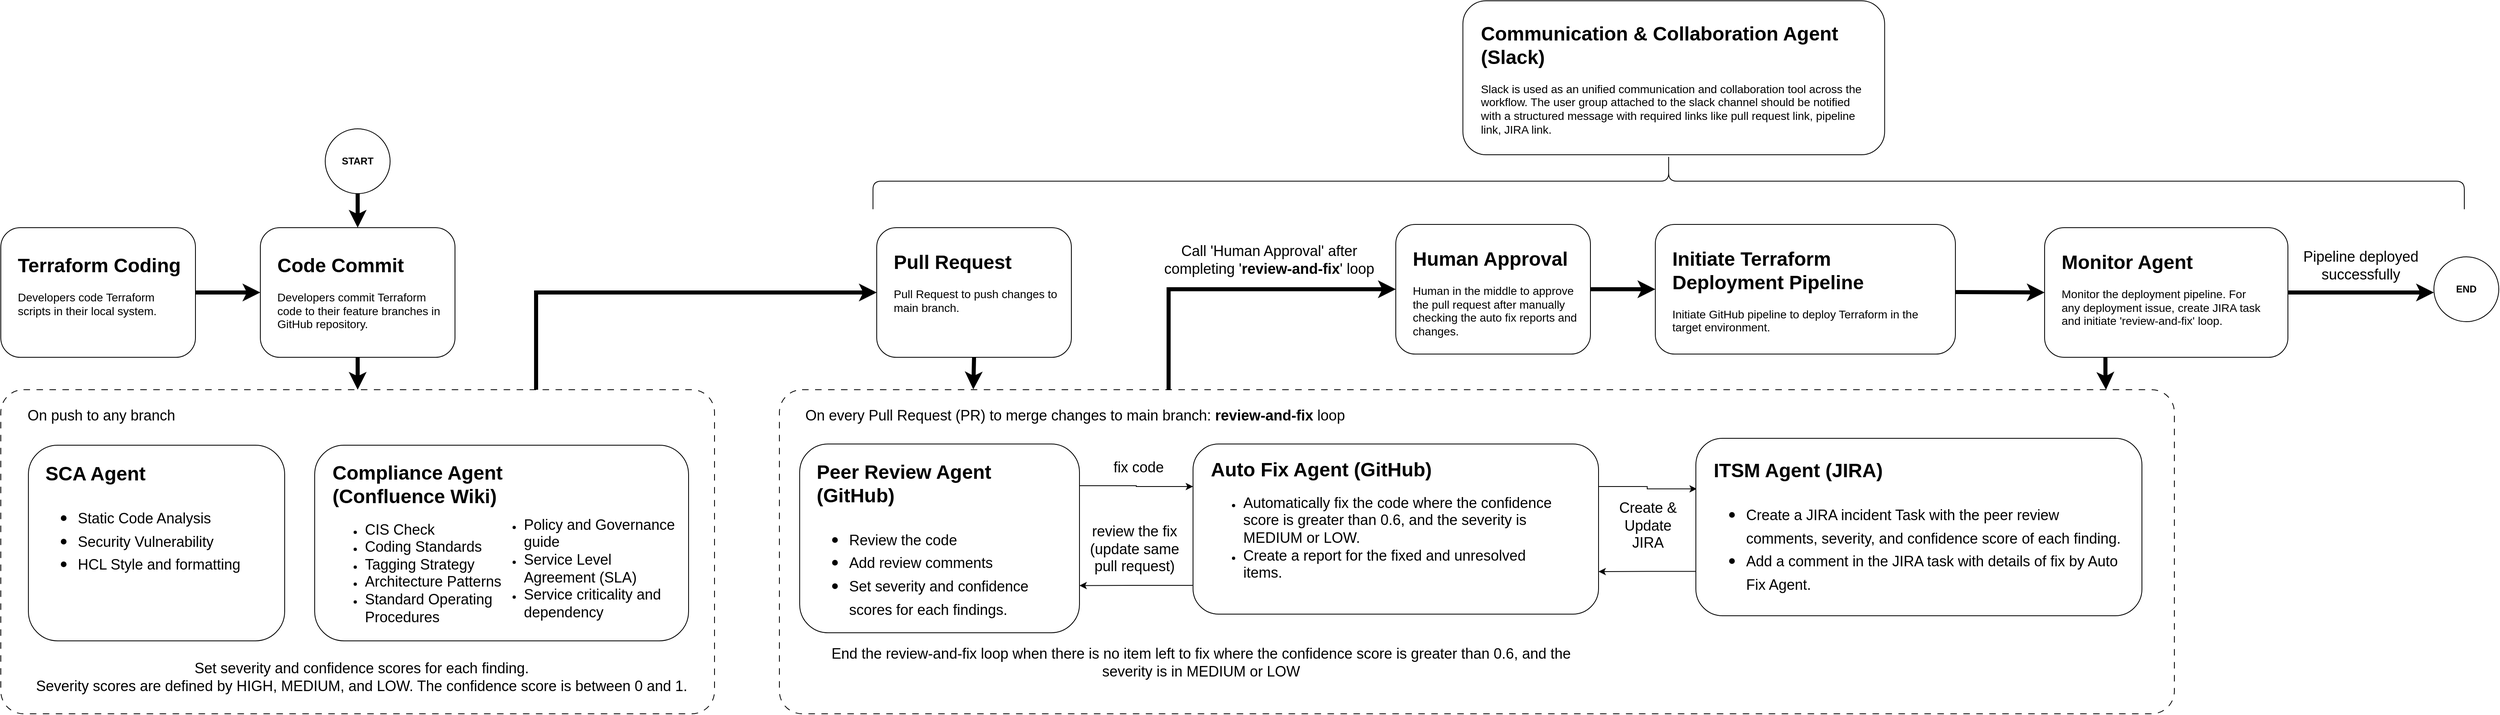
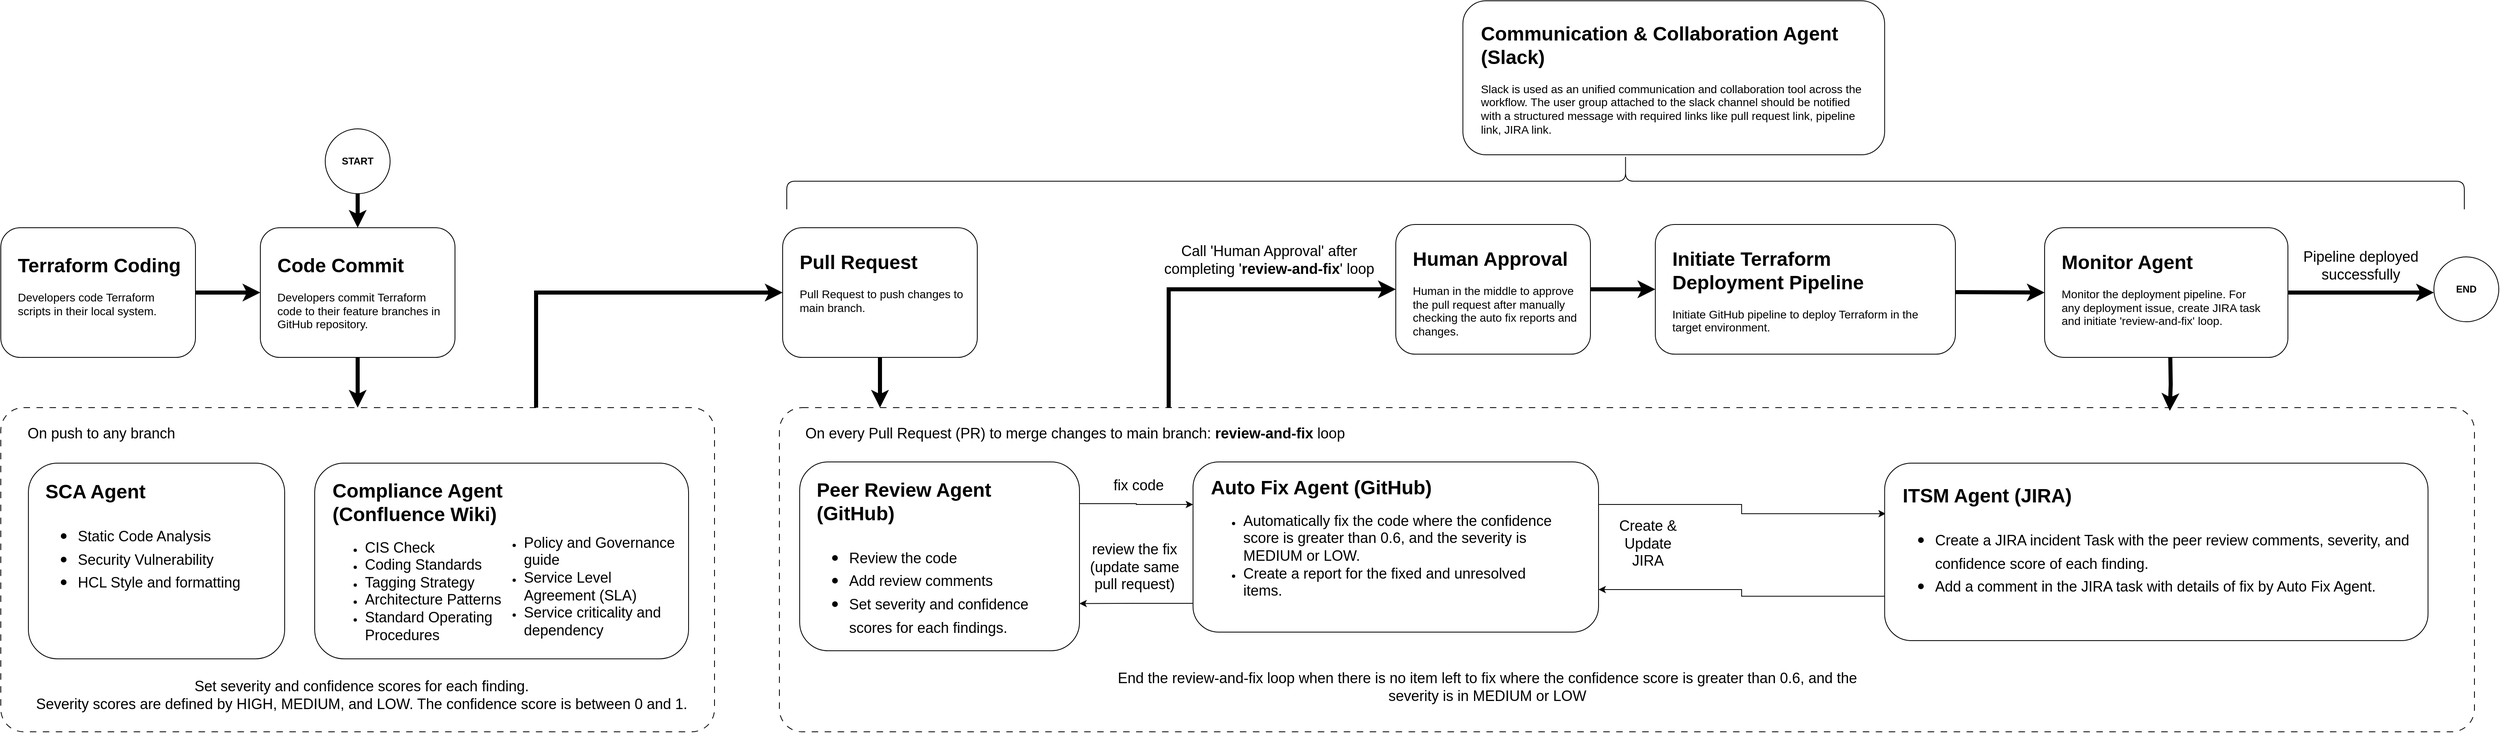
<mxfile host="app.diagrams.net">
  <diagram name="process-flow" id="llQ14HlxIDWXj9B5HY60">
    <mxGraphModel dx="2490" dy="2376" grid="1" gridSize="10" guides="1" tooltips="1" connect="1" arrows="1" fold="1" page="1" pageScale="1" pageWidth="850" pageHeight="1100" math="0" shadow="0">
      <root>
        <mxCell id="0" />
        <mxCell id="1" parent="0" />
        <mxCell id="IWc9zJM8tDhvkjJ2dRjy-13" edge="1" parent="1" source="IWc9zJM8tDhvkjJ2dRjy-5" style="edgeStyle=orthogonalEdgeStyle;rounded=0;orthogonalLoop=1;jettySize=auto;html=1;entryX=0;entryY=0.5;entryDx=0;entryDy=0;exitX=0.75;exitY=0;exitDx=0;exitDy=0;strokeWidth=5;" target="IWc9zJM8tDhvkjJ2dRjy-1">
          <mxGeometry relative="1" as="geometry" />
        </mxCell>
        <mxCell id="oJW8UGhNAXkty13G2p3x-1" parent="1" style="rounded=1;whiteSpace=wrap;html=1;" value="" vertex="1">
          <mxGeometry height="160" width="240" x="440" y="200" as="geometry" />
        </mxCell>
        <mxCell id="oJW8UGhNAXkty13G2p3x-3" parent="1" style="text;html=1;whiteSpace=wrap;overflow=hidden;rounded=0;" value="&lt;h1 style=&quot;margin-top: 0px;&quot;&gt;Code Commit&lt;/h1&gt;&lt;p&gt;&lt;font style=&quot;font-size: 14px;&quot;&gt;Developers commit Terraform code to their feature branches in GitHub repository.&lt;/font&gt;&lt;/p&gt;" vertex="1">
          <mxGeometry height="100" width="210" x="459" y="226" as="geometry" />
        </mxCell>
        <mxCell id="IWc9zJM8tDhvkjJ2dRjy-35" edge="1" parent="1" source="IWc9zJM8tDhvkjJ2dRjy-14" style="edgeStyle=orthogonalEdgeStyle;rounded=0;orthogonalLoop=1;jettySize=auto;html=1;entryX=0;entryY=0.5;entryDx=0;entryDy=0;exitX=0.279;exitY=0.025;exitDx=0;exitDy=0;exitPerimeter=0;strokeWidth=5;" target="IWc9zJM8tDhvkjJ2dRjy-33">
          <mxGeometry relative="1" as="geometry">
            <Array as="points">
              <mxPoint x="1560" y="276" />
            </Array>
          </mxGeometry>
        </mxCell>
        <mxCell id="IWc9zJM8tDhvkjJ2dRjy-1" parent="1" style="rounded=1;whiteSpace=wrap;html=1;" value="" vertex="1">
-           <mxGeometry height="160" width="240" x="1200" y="200" as="geometry" />
+           <mxGeometry height="160" width="240" x="1084" y="200" as="geometry" />
        </mxCell>
        <mxCell id="IWc9zJM8tDhvkjJ2dRjy-2" parent="1" style="text;html=1;whiteSpace=wrap;overflow=hidden;rounded=0;" value="&lt;h1 style=&quot;margin-top: 0px;&quot;&gt;Pull Request&lt;/h1&gt;&lt;p&gt;&lt;font style=&quot;font-size: 14px;&quot;&gt;Pull Request to push changes to main branch.&lt;/font&gt;&lt;/p&gt;" vertex="1">
-           <mxGeometry height="100" width="210" x="1219" y="222" as="geometry" />
+           <mxGeometry height="100" width="210" x="1103" y="222" as="geometry" />
        </mxCell>
        <mxCell id="IWc9zJM8tDhvkjJ2dRjy-12" edge="1" parent="1" source="IWc9zJM8tDhvkjJ2dRjy-3" style="edgeStyle=orthogonalEdgeStyle;rounded=0;orthogonalLoop=1;jettySize=auto;html=1;exitX=1;exitY=0.5;exitDx=0;exitDy=0;entryX=0;entryY=0.5;entryDx=0;entryDy=0;strokeWidth=5;" target="oJW8UGhNAXkty13G2p3x-1">
          <mxGeometry relative="1" as="geometry" />
        </mxCell>
        <mxCell id="IWc9zJM8tDhvkjJ2dRjy-3" parent="1" style="rounded=1;whiteSpace=wrap;html=1;" value="" vertex="1">
          <mxGeometry height="160" width="240" x="120" y="200" as="geometry" />
        </mxCell>
        <mxCell id="IWc9zJM8tDhvkjJ2dRjy-4" parent="1" style="text;html=1;whiteSpace=wrap;overflow=hidden;rounded=0;" value="&lt;h1 style=&quot;margin-top: 0px;&quot;&gt;Terraform Coding&lt;/h1&gt;&lt;p&gt;&lt;font style=&quot;font-size: 14px;&quot;&gt;Developers code Terraform scripts in their local system.&lt;/font&gt;&lt;/p&gt;" vertex="1">
          <mxGeometry height="100" width="210" x="139" y="226" as="geometry" />
        </mxCell>
        <mxCell id="IWc9zJM8tDhvkjJ2dRjy-5" parent="1" style="rounded=1;whiteSpace=wrap;html=1;arcSize=7;dashed=1;dashPattern=8 8;" value="" vertex="1">
-           <mxGeometry height="400" width="880" x="120" y="400" as="geometry" />
+           <mxGeometry height="400" width="880" x="120" y="422" as="geometry" />
        </mxCell>
        <mxCell id="IWc9zJM8tDhvkjJ2dRjy-6" parent="1" style="text;html=1;whiteSpace=wrap;strokeColor=none;fillColor=none;align=center;verticalAlign=middle;rounded=0;" value="&lt;font style=&quot;font-size: 18px;&quot;&gt;On push to any branch&lt;/font&gt;" vertex="1">
-           <mxGeometry height="30" width="210" x="139" y="416.5" as="geometry" />
+           <mxGeometry height="30" width="210" x="139" y="438.5" as="geometry" />
        </mxCell>
        <mxCell id="IWc9zJM8tDhvkjJ2dRjy-7" parent="1" style="rounded=1;whiteSpace=wrap;html=1;" value="" vertex="1">
-           <mxGeometry height="241.5" width="316" x="154" y="468.5" as="geometry" />
+           <mxGeometry height="241.5" width="316" x="154" y="490.5" as="geometry" />
        </mxCell>
        <mxCell id="IWc9zJM8tDhvkjJ2dRjy-8" parent="1" style="text;html=1;whiteSpace=wrap;overflow=hidden;rounded=0;" value="&lt;h1 style=&quot;margin-top: 0px;&quot;&gt;SCA Agent&lt;/h1&gt;&lt;h1 style=&quot;margin-top: 0px;&quot;&gt;&lt;p style=&quot;font-size: 12px; font-weight: 400;&quot;&gt;&lt;/p&gt;&lt;ul&gt;&lt;li&gt;&lt;span style=&quot;font-size: 18px; font-weight: normal;&quot;&gt;Static Code Analysis&lt;/span&gt;&lt;/li&gt;&lt;li&gt;&lt;span style=&quot;font-size: 18px; font-weight: normal;&quot;&gt;Security Vulnerability&lt;/span&gt;&lt;/li&gt;&lt;li&gt;&lt;span style=&quot;font-size: 18px; font-weight: normal;&quot;&gt;HCL Style and formatting&lt;/span&gt;&lt;/li&gt;&lt;/ul&gt;&lt;p&gt;&lt;/p&gt;&lt;/h1&gt;" vertex="1">
-           <mxGeometry height="183" width="306" x="173" y="482.5" as="geometry" />
+           <mxGeometry height="183" width="306" x="173" y="504.5" as="geometry" />
        </mxCell>
        <mxCell id="IWc9zJM8tDhvkjJ2dRjy-9" parent="1" style="rounded=1;whiteSpace=wrap;html=1;" value="" vertex="1">
-           <mxGeometry height="241.5" width="461" x="507" y="468.5" as="geometry" />
+           <mxGeometry height="241.5" width="461" x="507" y="490.5" as="geometry" />
        </mxCell>
        <mxCell id="IWc9zJM8tDhvkjJ2dRjy-10" parent="1" style="text;html=1;whiteSpace=wrap;overflow=hidden;rounded=0;" value="&lt;h1 style=&quot;margin-top: 0px;&quot;&gt;Compliance Agent (Confluence Wiki)&lt;/h1&gt;&lt;p&gt;&lt;/p&gt;&lt;ul&gt;&lt;li&gt;&lt;span style=&quot;font-size: 18px;&quot;&gt;CIS Check&lt;/span&gt;&lt;/li&gt;&lt;li&gt;&lt;span style=&quot;font-size: 18px;&quot;&gt;Coding Standards&lt;/span&gt;&lt;/li&gt;&lt;li&gt;&lt;span style=&quot;font-size: 18px;&quot;&gt;Tagging Strategy&lt;/span&gt;&lt;/li&gt;&lt;li&gt;&lt;span style=&quot;font-size: 18px;&quot;&gt;Architecture Patterns&lt;/span&gt;&lt;/li&gt;&lt;li&gt;&lt;span style=&quot;font-size: 18px;&quot;&gt;Standard Operating Procedures&lt;/span&gt;&lt;/li&gt;&lt;/ul&gt;&lt;p&gt;&lt;/p&gt;" vertex="1">
-           <mxGeometry height="218.5" width="261" x="527" y="481.5" as="geometry" />
+           <mxGeometry height="218.5" width="261" x="527" y="503.5" as="geometry" />
        </mxCell>
        <mxCell id="IWc9zJM8tDhvkjJ2dRjy-11" edge="1" parent="1" source="oJW8UGhNAXkty13G2p3x-1" style="edgeStyle=orthogonalEdgeStyle;rounded=0;orthogonalLoop=1;jettySize=auto;html=1;exitX=0.5;exitY=1;exitDx=0;exitDy=0;entryX=0.5;entryY=0;entryDx=0;entryDy=0;strokeWidth=5;" target="IWc9zJM8tDhvkjJ2dRjy-5">
          <mxGeometry relative="1" as="geometry" />
        </mxCell>
        <mxCell id="IWc9zJM8tDhvkjJ2dRjy-14" parent="1" style="rounded=1;whiteSpace=wrap;html=1;arcSize=7;dashed=1;dashPattern=8 8;" value="" vertex="1">
-           <mxGeometry height="400" width="1720" x="1080" y="400" as="geometry" />
+           <mxGeometry height="400" width="2090" x="1080" y="422" as="geometry" />
        </mxCell>
        <mxCell id="IWc9zJM8tDhvkjJ2dRjy-15" parent="1" style="text;html=1;whiteSpace=wrap;strokeColor=none;fillColor=none;align=left;verticalAlign=middle;rounded=0;" value="&lt;font style=&quot;font-size: 18px;&quot;&gt;On every Pull Request (PR) to merge changes to main branch: &lt;b&gt;review-and-fix &lt;/b&gt;loop&lt;/font&gt;" vertex="1">
-           <mxGeometry height="30" width="740" x="1110" y="416.5" as="geometry" />
+           <mxGeometry height="30" width="740" x="1110" y="438.5" as="geometry" />
        </mxCell>
        <mxCell id="IWc9zJM8tDhvkjJ2dRjy-22" edge="1" parent="1" source="IWc9zJM8tDhvkjJ2dRjy-16" style="edgeStyle=orthogonalEdgeStyle;rounded=0;orthogonalLoop=1;jettySize=auto;html=1;exitX=1;exitY=0.221;exitDx=0;exitDy=0;entryX=0;entryY=0.25;entryDx=0;entryDy=0;exitPerimeter=0;" target="IWc9zJM8tDhvkjJ2dRjy-18">
          <mxGeometry relative="1" as="geometry" />
        </mxCell>
        <mxCell id="IWc9zJM8tDhvkjJ2dRjy-16" parent="1" style="rounded=1;whiteSpace=wrap;html=1;" value="" vertex="1">
-           <mxGeometry height="233" width="345" x="1105" y="467" as="geometry" />
+           <mxGeometry height="233" width="345" x="1105" y="489" as="geometry" />
        </mxCell>
        <mxCell id="IWc9zJM8tDhvkjJ2dRjy-17" parent="1" style="text;html=1;whiteSpace=wrap;overflow=hidden;rounded=0;" value="&lt;h1 style=&quot;margin-top: 0px;&quot;&gt;Peer Review Agent (GitHub)&lt;/h1&gt;&lt;h1 style=&quot;margin-top: 0px;&quot;&gt;&lt;p style=&quot;font-size: 12px; font-weight: 400;&quot;&gt;&lt;/p&gt;&lt;ul&gt;&lt;li&gt;&lt;span style=&quot;font-size: 18px; font-weight: 400;&quot;&gt;Review the code&lt;/span&gt;&lt;/li&gt;&lt;li&gt;&lt;span style=&quot;font-size: 18px; font-weight: 400;&quot;&gt;Add review comments&lt;/span&gt;&lt;/li&gt;&lt;li&gt;&lt;span style=&quot;font-size: 18px; font-weight: 400;&quot;&gt;Set severity and confidence scores for each findings.&lt;/span&gt;&lt;/li&gt;&lt;/ul&gt;&lt;p&gt;&lt;/p&gt;&lt;/h1&gt;" vertex="1">
-           <mxGeometry height="209" width="306" x="1124" y="481" as="geometry" />
+           <mxGeometry height="209" width="306" x="1124" y="503" as="geometry" />
        </mxCell>
        <mxCell id="IWc9zJM8tDhvkjJ2dRjy-23" edge="1" parent="1" source="IWc9zJM8tDhvkjJ2dRjy-18" style="edgeStyle=orthogonalEdgeStyle;rounded=0;orthogonalLoop=1;jettySize=auto;html=1;exitX=0;exitY=0.831;exitDx=0;exitDy=0;entryX=1;entryY=0.75;entryDx=0;entryDy=0;exitPerimeter=0;" target="IWc9zJM8tDhvkjJ2dRjy-16">
          <mxGeometry relative="1" as="geometry" />
        </mxCell>
        <mxCell id="IWc9zJM8tDhvkjJ2dRjy-31" edge="1" parent="1" source="IWc9zJM8tDhvkjJ2dRjy-18" style="edgeStyle=orthogonalEdgeStyle;rounded=0;orthogonalLoop=1;jettySize=auto;html=1;exitX=1;exitY=0.25;exitDx=0;exitDy=0;entryX=0.002;entryY=0.285;entryDx=0;entryDy=0;entryPerimeter=0;" target="IWc9zJM8tDhvkjJ2dRjy-27">
          <mxGeometry relative="1" as="geometry" />
        </mxCell>
        <mxCell id="IWc9zJM8tDhvkjJ2dRjy-18" parent="1" style="rounded=1;whiteSpace=wrap;html=1;" value="" vertex="1">
-           <mxGeometry height="210" width="500" x="1590" y="467" as="geometry" />
+           <mxGeometry height="210" width="500" x="1590" y="489" as="geometry" />
        </mxCell>
        <mxCell id="IWc9zJM8tDhvkjJ2dRjy-19" parent="1" style="text;html=1;whiteSpace=wrap;overflow=hidden;rounded=0;" value="&lt;h1 style=&quot;margin-top: 0px;&quot;&gt;Auto Fix Agent (GitHub)&lt;/h1&gt;&lt;p&gt;&lt;/p&gt;&lt;ul&gt;&lt;li&gt;&lt;span style=&quot;font-size: 18px;&quot;&gt;Automatically fix the code where the confidence score is greater than 0.6, and the severity is MEDIUM or LOW.&amp;nbsp;&lt;/span&gt;&lt;/li&gt;&lt;li&gt;&lt;span style=&quot;font-size: 18px;&quot;&gt;Create a report for the fixed and unresolved items.&lt;/span&gt;&lt;/li&gt;&lt;/ul&gt;&lt;p&gt;&lt;/p&gt;" vertex="1">
-           <mxGeometry height="192" width="440" x="1610" y="478" as="geometry" />
+           <mxGeometry height="192" width="440" x="1610" y="500" as="geometry" />
        </mxCell>
        <mxCell id="IWc9zJM8tDhvkjJ2dRjy-20" parent="1" style="text;whiteSpace=wrap;fontSize=18;align=center;" value="Set severity and confidence scores for each finding.&#xa;Severity scores are defined by HIGH, MEDIUM, and LOW. The confidence score is between 0 and 1." vertex="1">
-           <mxGeometry height="50.5" width="830" x="150" y="726.5" as="geometry" />
+           <mxGeometry height="50.5" width="830" x="150" y="748.5" as="geometry" />
        </mxCell>
-         <mxCell id="IWc9zJM8tDhvkjJ2dRjy-21" edge="1" parent="1" source="IWc9zJM8tDhvkjJ2dRjy-1" style="edgeStyle=orthogonalEdgeStyle;rounded=0;orthogonalLoop=1;jettySize=auto;html=1;exitX=0.5;exitY=1;exitDx=0;exitDy=0;entryX=0.139;entryY=-0.001;entryDx=0;entryDy=0;entryPerimeter=0;strokeWidth=5;" target="IWc9zJM8tDhvkjJ2dRjy-14">
-           <mxGeometry relative="1" as="geometry" />
+         <mxCell id="IWc9zJM8tDhvkjJ2dRjy-21" edge="1" parent="1" source="IWc9zJM8tDhvkjJ2dRjy-1" style="edgeStyle=orthogonalEdgeStyle;rounded=0;orthogonalLoop=1;jettySize=auto;html=1;exitX=0.5;exitY=1;exitDx=0;exitDy=0;strokeWidth=5;">
+           <mxGeometry relative="1" as="geometry">
+             <Array as="points">
+               <mxPoint x="1204" y="422" />
+             </Array>
+             <mxPoint x="1204" y="422" as="targetPoint" />
+           </mxGeometry>
        </mxCell>
        <mxCell id="IWc9zJM8tDhvkjJ2dRjy-24" parent="1" style="text;html=1;whiteSpace=wrap;strokeColor=none;fillColor=none;align=center;verticalAlign=middle;rounded=0;" value="&lt;font style=&quot;font-size: 18px;&quot;&gt;fix code&lt;/font&gt;" vertex="1">
-           <mxGeometry height="30" width="82" x="1482" y="481" as="geometry" />
+           <mxGeometry height="30" width="82" x="1482" y="503" as="geometry" />
        </mxCell>
        <mxCell id="IWc9zJM8tDhvkjJ2dRjy-25" parent="1" style="text;html=1;whiteSpace=wrap;strokeColor=none;fillColor=none;align=center;verticalAlign=middle;rounded=0;" value="&lt;font style=&quot;font-size: 18px;&quot;&gt;review the fix (update same pull request)&lt;/font&gt;" vertex="1">
-           <mxGeometry height="67" width="120" x="1458" y="563" as="geometry" />
+           <mxGeometry height="67" width="120" x="1458" y="585" as="geometry" />
        </mxCell>
        <mxCell id="IWc9zJM8tDhvkjJ2dRjy-26" parent="1" style="text;html=1;whiteSpace=wrap;strokeColor=none;fillColor=none;align=center;verticalAlign=middle;rounded=0;" value="&lt;font style=&quot;font-size: 18px;&quot;&gt;End the review-and-fix loop when there is no item left to fix where the confidence score is greater than 0.6, and the severity is in MEDIUM or LOW&lt;/font&gt;" vertex="1">
-           <mxGeometry height="50" width="980" x="1110" y="711.5" as="geometry" />
+           <mxGeometry height="50" width="980" x="1462.75" y="742" as="geometry" />
        </mxCell>
        <mxCell id="IWc9zJM8tDhvkjJ2dRjy-30" edge="1" parent="1" source="IWc9zJM8tDhvkjJ2dRjy-27" style="edgeStyle=orthogonalEdgeStyle;rounded=0;orthogonalLoop=1;jettySize=auto;html=1;exitX=0;exitY=0.75;exitDx=0;exitDy=0;entryX=1;entryY=0.75;entryDx=0;entryDy=0;" target="IWc9zJM8tDhvkjJ2dRjy-18">
          <mxGeometry relative="1" as="geometry" />
        </mxCell>
        <mxCell id="IWc9zJM8tDhvkjJ2dRjy-27" parent="1" style="rounded=1;whiteSpace=wrap;html=1;" value="" vertex="1">
-           <mxGeometry height="219" width="550" x="2210" y="460" as="geometry" />
+           <mxGeometry height="219" width="670" x="2442.75" y="490.5" as="geometry" />
        </mxCell>
        <mxCell id="IWc9zJM8tDhvkjJ2dRjy-28" parent="1" style="text;html=1;whiteSpace=wrap;overflow=hidden;rounded=0;" value="&lt;h1 style=&quot;margin-top: 0px;&quot;&gt;ITSM Agent (JIRA)&lt;/h1&gt;&lt;h1 style=&quot;margin-top: 0px;&quot;&gt;&lt;p style=&quot;font-size: 12px; font-weight: 400;&quot;&gt;&lt;/p&gt;&lt;ul&gt;&lt;li&gt;&lt;span style=&quot;font-size: 18px; font-weight: 400;&quot;&gt;Create a JIRA incident Task with the peer review comments, severity, and confidence score of each finding.&lt;/span&gt;&lt;/li&gt;&lt;li&gt;&lt;span style=&quot;font-size: 18px; font-weight: 400;&quot;&gt;Add a comment in the JIRA task with details of fix by Auto Fix Agent.&lt;/span&gt;&lt;/li&gt;&lt;/ul&gt;&lt;p&gt;&lt;/p&gt;&lt;/h1&gt;" vertex="1">
-           <mxGeometry height="191" width="510" x="2230" y="479" as="geometry" />
+           <mxGeometry height="191" width="630" x="2462.75" y="509.5" as="geometry" />
        </mxCell>
        <mxCell id="IWc9zJM8tDhvkjJ2dRjy-32" parent="1" style="text;html=1;whiteSpace=wrap;strokeColor=none;fillColor=none;align=center;verticalAlign=middle;rounded=0;" value="&lt;font style=&quot;font-size: 18px;&quot;&gt;Create &amp;amp; Update JIRA&lt;/font&gt;" vertex="1">
-           <mxGeometry height="57.5" width="102" x="2100" y="539" as="geometry" />
+           <mxGeometry height="57.5" width="102" x="2100" y="561" as="geometry" />
        </mxCell>
        <mxCell id="IWc9zJM8tDhvkjJ2dRjy-39" edge="1" parent="1" source="IWc9zJM8tDhvkjJ2dRjy-33" style="edgeStyle=orthogonalEdgeStyle;rounded=0;orthogonalLoop=1;jettySize=auto;html=1;exitX=1;exitY=0.5;exitDx=0;exitDy=0;entryX=0;entryY=0.5;entryDx=0;entryDy=0;strokeWidth=5;" target="IWc9zJM8tDhvkjJ2dRjy-37">
          <mxGeometry relative="1" as="geometry" />
        </mxCell>
        <mxCell id="IWc9zJM8tDhvkjJ2dRjy-33" parent="1" style="rounded=1;whiteSpace=wrap;html=1;" value="" vertex="1">
          <mxGeometry height="160" width="240" x="1840" y="196" as="geometry" />
        </mxCell>
        <mxCell id="IWc9zJM8tDhvkjJ2dRjy-34" parent="1" style="text;html=1;whiteSpace=wrap;overflow=hidden;rounded=0;" value="&lt;h1 style=&quot;margin-top: 0px;&quot;&gt;Human Approval&lt;/h1&gt;&lt;p&gt;&lt;font style=&quot;font-size: 14px;&quot;&gt;Human in the middle to approve the pull request after manually checking the auto fix reports and changes.&amp;nbsp;&lt;/font&gt;&lt;/p&gt;" vertex="1">
          <mxGeometry height="122" width="210" x="1859" y="218" as="geometry" />
        </mxCell>
        <mxCell id="IWc9zJM8tDhvkjJ2dRjy-36" parent="1" style="text;html=1;whiteSpace=wrap;strokeColor=none;fillColor=none;align=center;verticalAlign=middle;rounded=0;" value="&lt;font style=&quot;font-size: 18px;&quot;&gt;Call &#39;Human Approval&#39; after completing &#39;&lt;b&gt;review-and-fix&lt;/b&gt;&#39; loop&lt;/font&gt;" vertex="1">
          <mxGeometry height="60" width="268" x="1550" y="210" as="geometry" />
        </mxCell>
        <mxCell id="IWc9zJM8tDhvkjJ2dRjy-37" parent="1" style="rounded=1;whiteSpace=wrap;html=1;" value="" vertex="1">
          <mxGeometry height="160" width="370" x="2160" y="196" as="geometry" />
        </mxCell>
        <mxCell id="IWc9zJM8tDhvkjJ2dRjy-38" parent="1" style="text;html=1;whiteSpace=wrap;overflow=hidden;rounded=0;" value="&lt;h1 style=&quot;margin-top: 0px;&quot;&gt;Initiate Terraform Deployment Pipeline&lt;/h1&gt;&lt;p&gt;&lt;font style=&quot;font-size: 14px;&quot;&gt;Initiate GitHub pipeline to deploy Terraform in the target environment.&lt;/font&gt;&amp;nbsp;&amp;nbsp;&lt;/p&gt;" vertex="1">
          <mxGeometry height="112" width="341" x="2179" y="218" as="geometry" />
        </mxCell>
        <mxCell id="IWc9zJM8tDhvkjJ2dRjy-41" edge="1" parent="1" source="IWc9zJM8tDhvkjJ2dRjy-40" style="edgeStyle=orthogonalEdgeStyle;rounded=0;orthogonalLoop=1;jettySize=auto;html=1;exitX=0.5;exitY=1;exitDx=0;exitDy=0;entryX=0.5;entryY=0;entryDx=0;entryDy=0;strokeWidth=5;" target="oJW8UGhNAXkty13G2p3x-1">
          <mxGeometry relative="1" as="geometry" />
        </mxCell>
        <mxCell id="IWc9zJM8tDhvkjJ2dRjy-40" parent="1" style="ellipse;whiteSpace=wrap;html=1;aspect=fixed;fontStyle=1" value="START" vertex="1">
          <mxGeometry height="80" width="80" x="520" y="78" as="geometry" />
        </mxCell>
        <mxCell id="IWc9zJM8tDhvkjJ2dRjy-47" edge="1" parent="1" source="IWc9zJM8tDhvkjJ2dRjy-42" style="edgeStyle=orthogonalEdgeStyle;rounded=0;orthogonalLoop=1;jettySize=auto;html=1;exitX=1;exitY=0.5;exitDx=0;exitDy=0;strokeWidth=5;">
          <mxGeometry relative="1" as="geometry">
            <mxPoint x="3120" y="280" as="targetPoint" />
          </mxGeometry>
        </mxCell>
        <mxCell id="IWc9zJM8tDhvkjJ2dRjy-42" parent="1" style="rounded=1;whiteSpace=wrap;html=1;" value="" vertex="1">
          <mxGeometry height="160" width="300" x="2640" y="200" as="geometry" />
        </mxCell>
        <mxCell id="IWc9zJM8tDhvkjJ2dRjy-43" parent="1" style="text;html=1;whiteSpace=wrap;overflow=hidden;rounded=0;" value="&lt;h1 style=&quot;margin-top: 0px;&quot;&gt;Monitor Agent&lt;/h1&gt;&lt;p&gt;&lt;font style=&quot;font-size: 14px;&quot;&gt;Monitor the deployment pipeline.&amp;nbsp;&lt;span style=&quot;background-color: transparent; color: light-dark(rgb(0, 0, 0), rgb(255, 255, 255));&quot;&gt;F&lt;/span&gt;&lt;span style=&quot;background-color: transparent; color: light-dark(rgb(0, 0, 0), rgb(255, 255, 255));&quot;&gt;or any deployment issue, create JIRA task and initiate &#39;review-and-fix&#39; loop.&lt;/span&gt;&lt;/font&gt;&lt;/p&gt;" vertex="1">
          <mxGeometry height="112" width="251" x="2659" y="222" as="geometry" />
        </mxCell>
        <mxCell id="IWc9zJM8tDhvkjJ2dRjy-44" edge="1" parent="1" style="edgeStyle=orthogonalEdgeStyle;rounded=0;orthogonalLoop=1;jettySize=auto;html=1;exitX=1;exitY=0.5;exitDx=0;exitDy=0;entryX=0;entryY=0.5;entryDx=0;entryDy=0;strokeWidth=5;" target="IWc9zJM8tDhvkjJ2dRjy-42">
          <mxGeometry relative="1" as="geometry">
            <mxPoint x="2530" y="279.5" as="sourcePoint" />
            <mxPoint x="2610" y="279.5" as="targetPoint" />
          </mxGeometry>
        </mxCell>
-         <mxCell id="IWc9zJM8tDhvkjJ2dRjy-45" edge="1" parent="1" source="IWc9zJM8tDhvkjJ2dRjy-42" style="edgeStyle=orthogonalEdgeStyle;rounded=0;orthogonalLoop=1;jettySize=auto;html=1;exitX=0.25;exitY=1;exitDx=0;exitDy=0;entryX=0.951;entryY=0;entryDx=0;entryDy=0;entryPerimeter=0;strokeWidth=5;" target="IWc9zJM8tDhvkjJ2dRjy-14">
-           <mxGeometry relative="1" as="geometry" />
+         <mxCell id="IWc9zJM8tDhvkjJ2dRjy-45" edge="1" parent="1" style="edgeStyle=orthogonalEdgeStyle;rounded=0;orthogonalLoop=1;jettySize=auto;html=1;exitX=0.25;exitY=1;exitDx=0;exitDy=0;entryX=0.782;entryY=0.01;entryDx=0;entryDy=0;entryPerimeter=0;strokeWidth=5;">
+           <mxGeometry relative="1" as="geometry">
+             <Array as="points" />
+             <mxPoint x="2795" y="360" as="sourcePoint" />
+             <mxPoint x="2794.38" y="426" as="targetPoint" />
+           </mxGeometry>
        </mxCell>
        <mxCell id="IWc9zJM8tDhvkjJ2dRjy-46" parent="1" style="ellipse;whiteSpace=wrap;html=1;aspect=fixed;fontStyle=1" value="END" vertex="1">
          <mxGeometry height="80" width="80" x="3120" y="236" as="geometry" />
        </mxCell>
        <mxCell id="IWc9zJM8tDhvkjJ2dRjy-48" parent="1" style="text;html=1;whiteSpace=wrap;strokeColor=none;fillColor=none;align=center;verticalAlign=middle;rounded=0;" value="&lt;font style=&quot;font-size: 18px;&quot;&gt;Pipeline deployed successfully&lt;/font&gt;" vertex="1">
          <mxGeometry height="57.5" width="160" x="2950" y="218" as="geometry" />
        </mxCell>
        <mxCell id="IWc9zJM8tDhvkjJ2dRjy-50" parent="1" style="text;html=1;whiteSpace=wrap;overflow=hidden;rounded=0;" value="&lt;h1 style=&quot;margin-top: 0px;&quot;&gt;&lt;br&gt;&lt;/h1&gt;&lt;ul&gt;&lt;li&gt;&lt;span style=&quot;font-size: 18px;&quot;&gt;Policy and Governance guide&lt;/span&gt;&lt;/li&gt;&lt;li&gt;&lt;span style=&quot;font-size: 18px;&quot;&gt;Service Level Agreement (SLA)&lt;/span&gt;&lt;/li&gt;&lt;li&gt;&lt;span style=&quot;font-size: 18px;&quot;&gt;Service criticality and dependency&lt;/span&gt;&lt;/li&gt;&lt;/ul&gt;&lt;p&gt;&lt;/p&gt;" vertex="1">
-           <mxGeometry height="200" width="240" x="723" y="505" as="geometry" />
+           <mxGeometry height="200" width="240" x="723" y="527" as="geometry" />
        </mxCell>
        <mxCell id="IWc9zJM8tDhvkjJ2dRjy-51" parent="1" style="shape=curlyBracket;whiteSpace=wrap;html=1;rounded=1;labelPosition=left;verticalLabelPosition=middle;align=right;verticalAlign=middle;rotation=90;" value="" vertex="1">
-           <mxGeometry height="1962.12" width="69.25" x="2141.82" y="-838.43" as="geometry" />
+           <mxGeometry height="2068.43" width="69.25" x="2088.67" y="-891.58" as="geometry" />
        </mxCell>
        <mxCell id="IWc9zJM8tDhvkjJ2dRjy-52" parent="1" style="rounded=1;whiteSpace=wrap;html=1;" value="" vertex="1">
          <mxGeometry height="190" width="520" x="1922.75" y="-80" as="geometry" />
        </mxCell>
        <mxCell id="IWc9zJM8tDhvkjJ2dRjy-53" parent="1" style="text;html=1;whiteSpace=wrap;overflow=hidden;rounded=0;" value="&lt;h1 style=&quot;margin-top: 0px;&quot;&gt;Communication &amp;amp; Collaboration Agent (Slack)&lt;/h1&gt;&lt;p&gt;&lt;font style=&quot;font-size: 14px;&quot;&gt;Slack is used as an unified communication and collaboration tool across the workflow. The user group attached to the slack channel should be notified with a structured message with required links like pull request link, pipeline link, JIRA link.&lt;/font&gt;&lt;/p&gt;" vertex="1">
          <mxGeometry height="154" width="480" x="1942.75" y="-60" as="geometry" />
        </mxCell>
      </root>
    </mxGraphModel>
  </diagram>
</mxfile>
